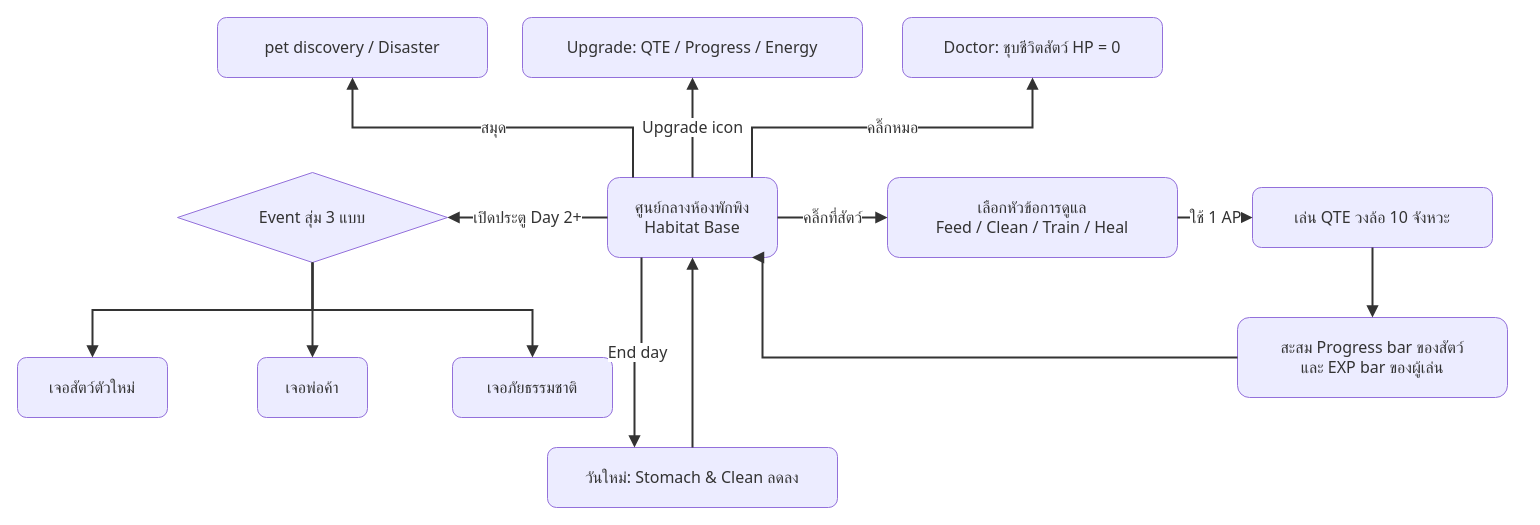
The draw.io diagram BEPAL/Docs/GDD/diagrams/core-loop-base.drawio in SShoww/CoProjectBepal, before the edit. Source tidied: cells renumbered, new cells numbered last; positions are measured from the earlier drawing's top-left corner, leaving out a move shared by most shapes. Both pictures are drawn from the tidied source at 100%, with x=0, y=0 at pixel (17, 17).
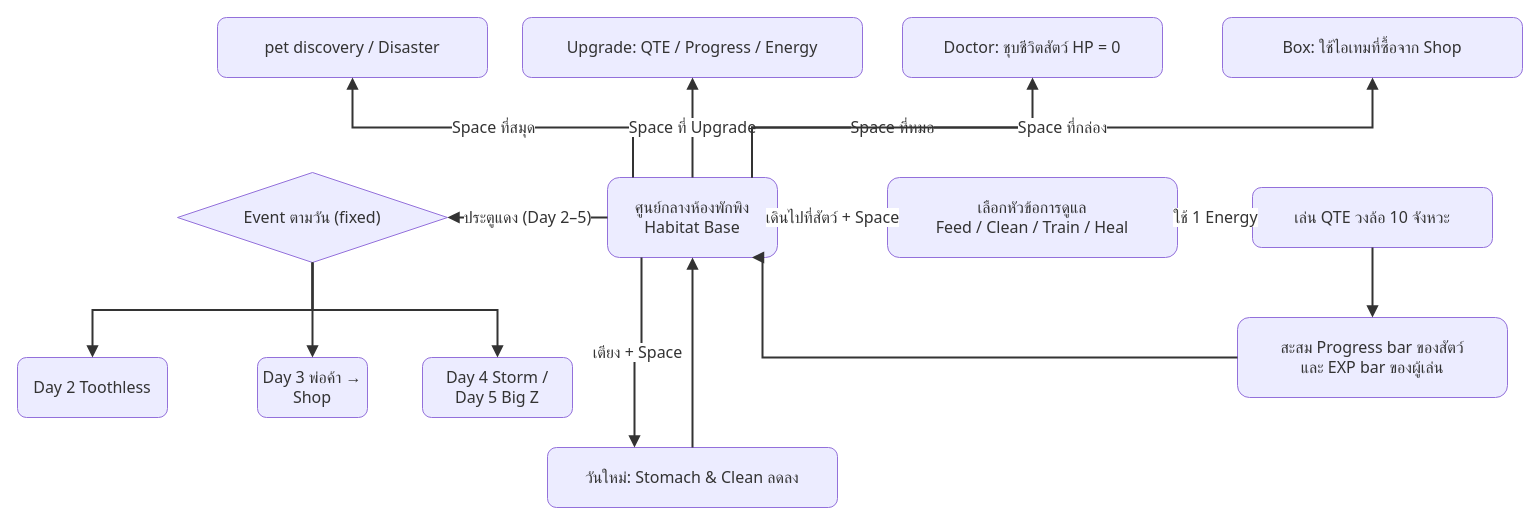
Above is the later version.

Unchanged cells that the change refers to:
```xml
<mxCell id="2" value="ศูนย์กลางห้องพักพิง&lt;br&gt;Habitat Base" style="html=1;whiteSpace=wrap;strokeWidth=1;fillColor=light-dark(#ECECFF,#1f2020);strokeColor=light-dark(#9370DB,#cccccc);fontColor=light-dark(#333333,#cccccc);fontFamily=Tahoma,Leelawadee UI,Trebuchet MS,sans-serif;fontSize=16;rounded=1;" parent="1" vertex="1">
  <mxGeometry x="590" y="160" width="170" height="80" as="geometry" />
</mxCell>
<mxCell id="3" value="เลือกหัวข้อการดูแล&lt;br&gt;Feed / Clean / Train / Heal" style="html=1;whiteSpace=wrap;strokeWidth=1;fillColor=light-dark(#ECECFF,#1f2020);strokeColor=light-dark(#9370DB,#cccccc);fontColor=light-dark(#333333,#cccccc);fontFamily=Tahoma,Leelawadee UI,Trebuchet MS,sans-serif;fontSize=16;rounded=1;" parent="1" vertex="1">
  <mxGeometry x="870" y="160" width="290" height="80" as="geometry" />
</mxCell>
<mxCell id="4" value="เล่น QTE วงล้อ 10 จังหวะ" style="html=1;whiteSpace=wrap;strokeWidth=1;fillColor=light-dark(#ECECFF,#1f2020);strokeColor=light-dark(#9370DB,#cccccc);fontColor=light-dark(#333333,#cccccc);fontFamily=Tahoma,Leelawadee UI,Trebuchet MS,sans-serif;fontSize=16;rounded=1;" parent="1" vertex="1">
  <mxGeometry x="1235" y="170" width="240" height="60" as="geometry" />
</mxCell>
<mxCell id="10" value="pet discovery / Disaster" style="html=1;whiteSpace=wrap;strokeWidth=1;fillColor=light-dark(#ECECFF,#1f2020);strokeColor=light-dark(#9370DB,#cccccc);fontColor=light-dark(#333333,#cccccc);fontFamily=Tahoma,Leelawadee UI,Trebuchet MS,sans-serif;fontSize=16;rounded=1;" parent="1" vertex="1">
  <mxGeometry x="200" width="270" height="60" as="geometry" />
</mxCell>
<mxCell id="11" value="Upgrade: QTE / Progress / Energy" style="html=1;whiteSpace=wrap;strokeWidth=1;fillColor=light-dark(#ECECFF,#1f2020);strokeColor=light-dark(#9370DB,#cccccc);fontColor=light-dark(#333333,#cccccc);fontFamily=Tahoma,Leelawadee UI,Trebuchet MS,sans-serif;fontSize=16;rounded=1;" parent="1" vertex="1">
  <mxGeometry x="505" width="340" height="60" as="geometry" />
</mxCell>
<mxCell id="12" value="Doctor: ชุบชีวิตสัตว์ HP = 0" style="html=1;whiteSpace=wrap;strokeWidth=1;fillColor=light-dark(#ECECFF,#1f2020);strokeColor=light-dark(#9370DB,#cccccc);fontColor=light-dark(#333333,#cccccc);fontFamily=Tahoma,Leelawadee UI,Trebuchet MS,sans-serif;fontSize=16;rounded=1;" parent="1" vertex="1">
  <mxGeometry x="885" width="260" height="60" as="geometry" />
</mxCell>
<mxCell id="13" value="วันใหม่: Stomach &amp; Clean ลดลง" style="html=1;whiteSpace=wrap;strokeWidth=1;fillColor=light-dark(#ECECFF,#1f2020);strokeColor=light-dark(#9370DB,#cccccc);fontColor=light-dark(#333333,#cccccc);fontFamily=Tahoma,Leelawadee UI,Trebuchet MS,sans-serif;fontSize=16;rounded=1;" parent="1" vertex="1">
  <mxGeometry x="530" y="430" width="290" height="60" as="geometry" />
</mxCell>
```

The edit, as a diff of the source:
```diff
@@
-    <mxCell id="6" value="Event สุ่ม 3 แบบ" style="rhombus;html=1;whiteSpace=wrap;strokeWidth=1;fillColor=light-dark(#ECECFF,#1f2020);strokeColor=light-dark(#9370DB,#cccccc);fontColor=light-dark(#333333,#cccccc);fontFamily=Tahoma,Leelawadee UI,Trebuchet MS,sans-serif;fontSize=16;" parent="1" vertex="1">
+    <mxCell id="6" value="Event ตามวัน (fixed)" style="rhombus;html=1;whiteSpace=wrap;strokeWidth=1;fillColor=light-dark(#ECECFF,#1f2020);strokeColor=light-dark(#9370DB,#cccccc);fontColor=light-dark(#333333,#cccccc);fontFamily=Tahoma,Leelawadee UI,Trebuchet MS,sans-serif;fontSize=16;" parent="1" vertex="1">
       <mxGeometry x="160" y="155" width="270" height="90" as="geometry" />
     </mxCell>
-    <mxCell id="7" value="เจอสัตว์ตัวใหม่" style="html=1;whiteSpace=wrap;strokeWidth=1;fillColor=light-dark(#ECECFF,#1f2020);strokeColor=light-dark(#9370DB,#cccccc);fontColor=light-dark(#333333,#cccccc);fontFamily=Tahoma,Leelawadee UI,Trebuchet MS,sans-serif;fontSize=16;rounded=1;" parent="1" vertex="1">
+    <mxCell id="7" value="Day 2 Toothless" style="html=1;whiteSpace=wrap;strokeWidth=1;fillColor=light-dark(#ECECFF,#1f2020);strokeColor=light-dark(#9370DB,#cccccc);fontColor=light-dark(#333333,#cccccc);fontFamily=Tahoma,Leelawadee UI,Trebuchet MS,sans-serif;fontSize=16;rounded=1;" parent="1" vertex="1">
       <mxGeometry y="340" width="150" height="60" as="geometry" />
     </mxCell>
-    <mxCell id="8" value="เจอพ่อค้า" style="html=1;whiteSpace=wrap;strokeWidth=1;fillColor=light-dark(#ECECFF,#1f2020);strokeColor=light-dark(#9370DB,#cccccc);fontColor=light-dark(#333333,#cccccc);fontFamily=Tahoma,Leelawadee UI,Trebuchet MS,sans-serif;fontSize=16;rounded=1;" parent="1" vertex="1">
+    <mxCell id="8" value="Day 3 พ่อค้า → Shop" style="html=1;whiteSpace=wrap;strokeWidth=1;fillColor=light-dark(#ECECFF,#1f2020);strokeColor=light-dark(#9370DB,#cccccc);fontColor=light-dark(#333333,#cccccc);fontFamily=Tahoma,Leelawadee UI,Trebuchet MS,sans-serif;fontSize=16;rounded=1;" parent="1" vertex="1">
       <mxGeometry x="240" y="340" width="110" height="60" as="geometry" />
     </mxCell>
-    <mxCell id="9" value="เจอภัยธรรมชาติ" style="html=1;whiteSpace=wrap;strokeWidth=1;fillColor=light-dark(#ECECFF,#1f2020);strokeColor=light-dark(#9370DB,#cccccc);fontColor=light-dark(#333333,#cccccc);fontFamily=Tahoma,Leelawadee UI,Trebuchet MS,sans-serif;fontSize=16;rounded=1;" parent="1" vertex="1">
-      <mxGeometry x="435" y="340" width="160" height="60" as="geometry" />
+    <mxCell id="9" value="Day 4 Storm /&lt;br&gt;Day 5 Big Z" style="html=1;whiteSpace=wrap;strokeWidth=1;fillColor=light-dark(#ECECFF,#1f2020);strokeColor=light-dark(#9370DB,#cccccc);fontColor=light-dark(#333333,#cccccc);fontFamily=Tahoma,Leelawadee UI,Trebuchet MS,sans-serif;fontSize=16;rounded=1;" parent="1" vertex="1">
+      <mxGeometry x="405" y="340" width="150" height="60" as="geometry" />
     </mxCell>
@@
-    <mxCell id="14" value="คลิ๊กที่สัตว์" style="edgeStyle=orthogonalEdgeStyle;rounded=0;html=1;startArrow=none;endArrow=block;endSize=7;strokeWidth=2;strokeColor=light-dark(#333333,#cccccc);labelBackgroundColor=default;fontColor=light-dark(#333333,#cccccc);fontFamily=Tahoma,Leelawadee UI,Trebuchet MS,sans-serif;fontSize=16;exitX=1;exitY=0.5;exitDx=0;exitDy=0;entryX=0;entryY=0.5;entryDx=0;entryDy=0;" parent="1" edge="1" source="2" target="3">
+    <mxCell id="14" value="เดินไปที่สัตว์ + Space" style="edgeStyle=orthogonalEdgeStyle;rounded=0;html=1;startArrow=none;endArrow=block;endSize=7;strokeWidth=2;strokeColor=light-dark(#333333,#cccccc);labelBackgroundColor=default;fontColor=light-dark(#333333,#cccccc);fontFamily=Tahoma,Leelawadee UI,Trebuchet MS,sans-serif;fontSize=16;exitX=1;exitY=0.5;exitDx=0;exitDy=0;entryX=0;entryY=0.5;entryDx=0;entryDy=0;" parent="1" edge="1" source="2" target="3">
       <mxGeometry relative="1" as="geometry" />
     </mxCell>
-    <mxCell id="15" value="ใช้ 1 AP" style="edgeStyle=orthogonalEdgeStyle;rounded=0;html=1;startArrow=none;endArrow=block;endSize=7;strokeWidth=2;strokeColor=light-dark(#333333,#cccccc);labelBackgroundColor=default;fontColor=light-dark(#333333,#cccccc);fontFamily=Tahoma,Leelawadee UI,Trebuchet MS,sans-serif;fontSize=16;exitX=1;exitY=0.5;exitDx=0;exitDy=0;entryX=0;entryY=0.5;entryDx=0;entryDy=0;" parent="1" edge="1" source="3" target="4">
+    <mxCell id="15" value="ใช้ 1 Energy" style="edgeStyle=orthogonalEdgeStyle;rounded=0;html=1;startArrow=none;endArrow=block;endSize=7;strokeWidth=2;strokeColor=light-dark(#333333,#cccccc);labelBackgroundColor=default;fontColor=light-dark(#333333,#cccccc);fontFamily=Tahoma,Leelawadee UI,Trebuchet MS,sans-serif;fontSize=16;exitX=1;exitY=0.5;exitDx=0;exitDy=0;entryX=0;entryY=0.5;entryDx=0;entryDy=0;" parent="1" edge="1" source="3" target="4">
       <mxGeometry relative="1" as="geometry" />
     </mxCell>
@@
-    <mxCell id="18" value="เปิดประตู Day 2+" style="edgeStyle=orthogonalEdgeStyle;rounded=0;html=1;startArrow=none;endArrow=block;endSize=7;strokeWidth=2;strokeColor=light-dark(#333333,#cccccc);labelBackgroundColor=default;fontColor=light-dark(#333333,#cccccc);fontFamily=Tahoma,Leelawadee UI,Trebuchet MS,sans-serif;fontSize=16;exitX=0;exitY=0.5;exitDx=0;exitDy=0;entryX=1;entryY=0.5;entryDx=0;entryDy=0;" parent="1" edge="1" source="2" target="6">
+    <mxCell id="18" value="ประตูแดง (Day 2–5)" style="edgeStyle=orthogonalEdgeStyle;rounded=0;html=1;startArrow=none;endArrow=block;endSize=7;strokeWidth=2;strokeColor=light-dark(#333333,#cccccc);labelBackgroundColor=default;fontColor=light-dark(#333333,#cccccc);fontFamily=Tahoma,Leelawadee UI,Trebuchet MS,sans-serif;fontSize=16;exitX=0;exitY=0.5;exitDx=0;exitDy=0;entryX=1;entryY=0.5;entryDx=0;entryDy=0;" parent="1" edge="1" source="2" target="6">
       <mxGeometry relative="1" as="geometry" />
     </mxCell>
@@
-    <mxCell id="22" value="สมุด" style="edgeStyle=orthogonalEdgeStyle;rounded=0;html=1;startArrow=none;endArrow=block;endSize=7;strokeWidth=2;strokeColor=light-dark(#333333,#cccccc);labelBackgroundColor=default;fontColor=light-dark(#333333,#cccccc);fontFamily=Tahoma,Leelawadee UI,Trebuchet MS,sans-serif;fontSize=16;exitX=0.15;exitY=0;exitDx=0;exitDy=0;entryX=0.5;entryY=1;entryDx=0;entryDy=0;" parent="1" edge="1" source="2" target="10">
+    <mxCell id="22" value="Space ที่สมุด" style="edgeStyle=orthogonalEdgeStyle;rounded=0;html=1;startArrow=none;endArrow=block;endSize=7;strokeWidth=2;strokeColor=light-dark(#333333,#cccccc);labelBackgroundColor=default;fontColor=light-dark(#333333,#cccccc);fontFamily=Tahoma,Leelawadee UI,Trebuchet MS,sans-serif;fontSize=16;exitX=0.15;exitY=0;exitDx=0;exitDy=0;entryX=0.5;entryY=1;entryDx=0;entryDy=0;" parent="1" edge="1" source="2" target="10">
       <mxGeometry relative="1" as="geometry" />
     </mxCell>
-    <mxCell id="23" value="Upgrade icon" style="edgeStyle=orthogonalEdgeStyle;rounded=0;html=1;startArrow=none;endArrow=block;endSize=7;strokeWidth=2;strokeColor=light-dark(#333333,#cccccc);labelBackgroundColor=default;fontColor=light-dark(#333333,#cccccc);fontFamily=Tahoma,Leelawadee UI,Trebuchet MS,sans-serif;fontSize=16;exitX=0.5;exitY=0;exitDx=0;exitDy=0;entryX=0.5;entryY=1;entryDx=0;entryDy=0;" parent="1" edge="1" source="2" target="11">
+    <mxCell id="23" value="Space ที่ Upgrade" style="edgeStyle=orthogonalEdgeStyle;rounded=0;html=1;startArrow=none;endArrow=block;endSize=7;strokeWidth=2;strokeColor=light-dark(#333333,#cccccc);labelBackgroundColor=default;fontColor=light-dark(#333333,#cccccc);fontFamily=Tahoma,Leelawadee UI,Trebuchet MS,sans-serif;fontSize=16;exitX=0.5;exitY=0;exitDx=0;exitDy=0;entryX=0.5;entryY=1;entryDx=0;entryDy=0;" parent="1" edge="1" source="2" target="11">
       <mxGeometry relative="1" as="geometry" />
     </mxCell>
-    <mxCell id="24" value="คลิ๊กหมอ" style="edgeStyle=orthogonalEdgeStyle;rounded=0;html=1;startArrow=none;endArrow=block;endSize=7;strokeWidth=2;strokeColor=light-dark(#333333,#cccccc);labelBackgroundColor=default;fontColor=light-dark(#333333,#cccccc);fontFamily=Tahoma,Leelawadee UI,Trebuchet MS,sans-serif;fontSize=16;exitX=0.85;exitY=0;exitDx=0;exitDy=0;entryX=0.5;entryY=1;entryDx=0;entryDy=0;" parent="1" edge="1" source="2" target="12">
+    <mxCell id="24" value="Space ที่หมอ" style="edgeStyle=orthogonalEdgeStyle;rounded=0;html=1;startArrow=none;endArrow=block;endSize=7;strokeWidth=2;strokeColor=light-dark(#333333,#cccccc);labelBackgroundColor=default;fontColor=light-dark(#333333,#cccccc);fontFamily=Tahoma,Leelawadee UI,Trebuchet MS,sans-serif;fontSize=16;exitX=0.85;exitY=0;exitDx=0;exitDy=0;entryX=0.5;entryY=1;entryDx=0;entryDy=0;" parent="1" edge="1" source="2" target="12">
       <mxGeometry relative="1" as="geometry" />
     </mxCell>
-    <mxCell id="25" value="End day" style="edgeStyle=orthogonalEdgeStyle;rounded=0;html=1;startArrow=none;endArrow=block;endSize=7;strokeWidth=2;strokeColor=light-dark(#333333,#cccccc);labelBackgroundColor=default;fontColor=light-dark(#333333,#cccccc);fontFamily=Tahoma,Leelawadee UI,Trebuchet MS,sans-serif;fontSize=16;exitX=0.2;exitY=1;exitDx=0;exitDy=0;entryX=0.3;entryY=0;entryDx=0;entryDy=0;" parent="1" edge="1" source="2" target="13">
+    <mxCell id="25" value="เตียง + Space" style="edgeStyle=orthogonalEdgeStyle;rounded=0;html=1;startArrow=none;endArrow=block;endSize=7;strokeWidth=2;strokeColor=light-dark(#333333,#cccccc);labelBackgroundColor=default;fontColor=light-dark(#333333,#cccccc);fontFamily=Tahoma,Leelawadee UI,Trebuchet MS,sans-serif;fontSize=16;exitX=0.2;exitY=1;exitDx=0;exitDy=0;entryX=0.3;entryY=0;entryDx=0;entryDy=0;" parent="1" edge="1" source="2" target="13">
       <mxGeometry relative="1" as="geometry" />
     </mxCell>
@@
+    <mxCell id="27" value="Box: ใช้ไอเทมที่ซื้อจาก Shop" style="html=1;whiteSpace=wrap;strokeWidth=1;fillColor=light-dark(#ECECFF,#1f2020);strokeColor=light-dark(#9370DB,#cccccc);fontColor=light-dark(#333333,#cccccc);fontFamily=Tahoma,Leelawadee UI,Trebuchet MS,sans-serif;fontSize=16;rounded=1;" parent="1" vertex="1">
+      <mxGeometry x="1205" width="300" height="60" as="geometry" />
+    </mxCell>
+    <mxCell id="28" value="Space ที่กล่อง" style="edgeStyle=orthogonalEdgeStyle;rounded=0;html=1;startArrow=none;endArrow=block;endSize=7;strokeWidth=2;strokeColor=light-dark(#333333,#cccccc);labelBackgroundColor=default;fontColor=light-dark(#333333,#cccccc);fontFamily=Tahoma,Leelawadee UI,Trebuchet MS,sans-serif;fontSize=16;exitX=0.85;exitY=0;exitDx=0;exitDy=0;entryX=0.5;entryY=1;entryDx=0;entryDy=0;" parent="1" edge="1" source="2" target="27">
+      <mxGeometry relative="1" as="geometry" />
+    </mxCell>
```
